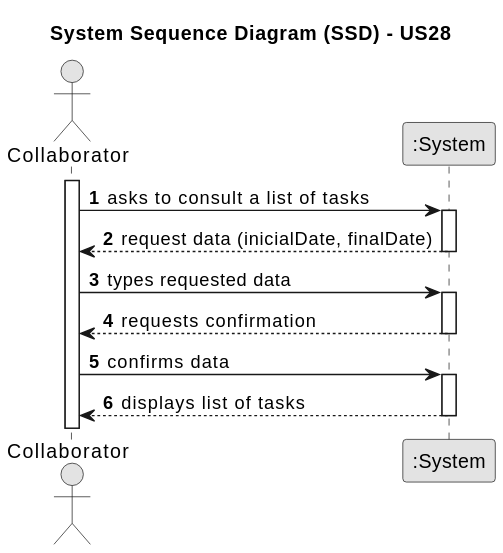
Above: docs/sprintC/us28/01.requirements-engineering/svg/us28-system-sequence-diagram.svg in Paulo-Pereira-at-ISEP/lei-24-s2-1nanb-g321 (PlantUML), before the change.
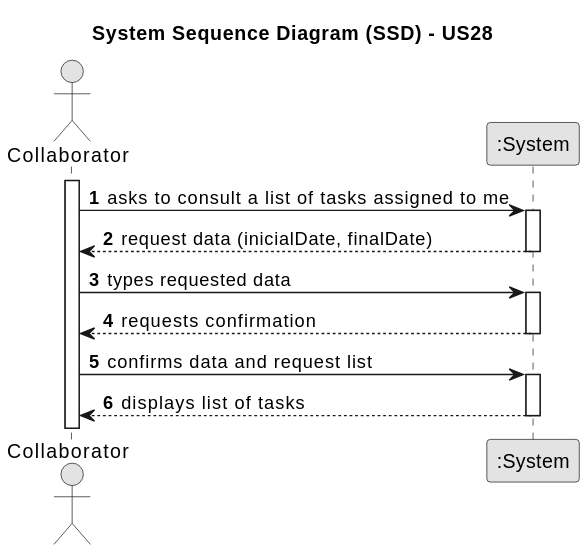
The same diagram one commit later.

Change to the diagram source:
```diff
@@ -12,7 +12,7 @@
 
 activate Employee
 
-    Employee -> System : asks to consult a list of tasks
+    Employee -> System : asks to consult a list of tasks assigned to me
     activate System
 
         System --> Employee : request data (inicialDate, finalDate)
@@ -24,7 +24,7 @@
         System --> Employee : requests confirmation
     deactivate System
 
-    Employee -> System : confirms data
+    Employee -> System : confirms data and request list
     activate System
 
         System --> Employee : displays list of tasks
```
